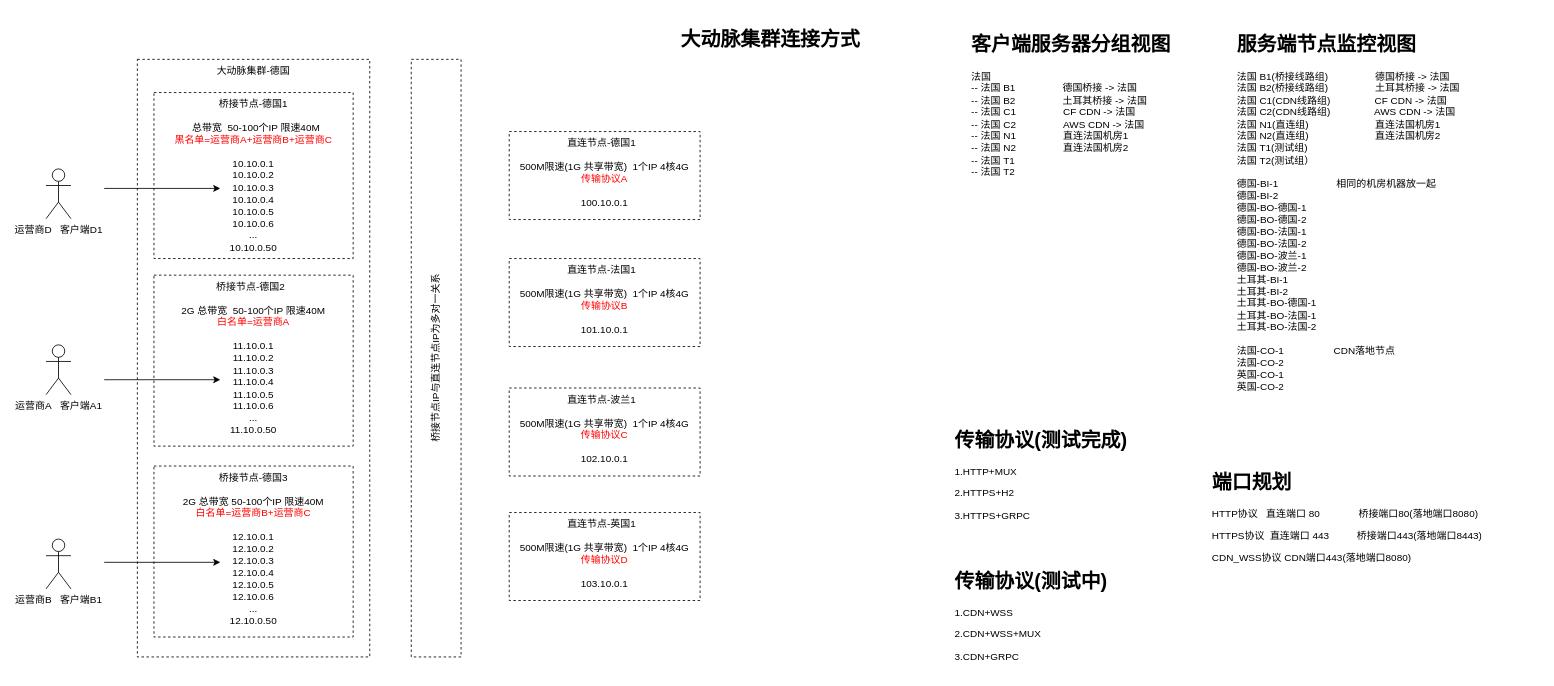
Above: JUMPJUMP规划.drawio in stardicky/drawio (draw.io), before the change. Source tidied: cells renumbered, new cells numbered last; positions are measured from the earlier drawing's top-left corner, leaving out a move shared by most shapes. Both pictures are drawn from the tidied source at 83%, with x=0, y=0 at pixel (46, 22).
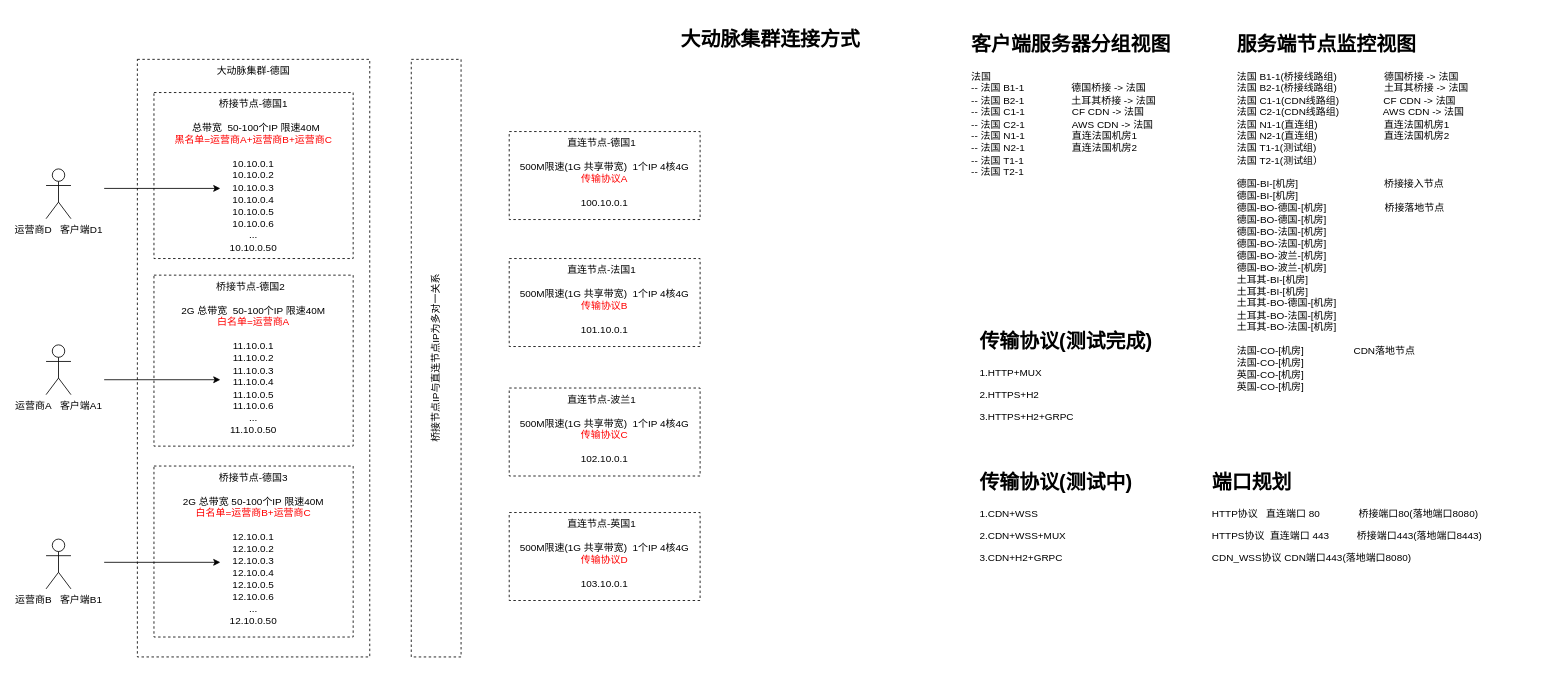
The same page after the edit.

What changed in the source:
```diff
@@
-    <mxCell id="17" value="&lt;h1&gt;传输协议(测试完成)&lt;/h1&gt;&lt;p&gt;1.HTTP+MUX&lt;/p&gt;&lt;p&gt;2.HTTPS+H2&lt;/p&gt;&lt;p&gt;3.HTTPS+GRPC&lt;/p&gt;" style="text;html=1;strokeColor=none;fillColor=none;spacing=5;spacingTop=-20;whiteSpace=wrap;overflow=hidden;rounded=0;" parent="1" vertex="1">
-      <mxGeometry x="1090" y="483" width="230" height="130" as="geometry" />
+    <mxCell id="17" value="&lt;h1&gt;传输协议(测试完成)&lt;/h1&gt;&lt;p&gt;1.HTTP+MUX&lt;/p&gt;&lt;p&gt;2.HTTPS+H2&lt;/p&gt;&lt;p&gt;3.HTTPS+H2+GRPC&lt;/p&gt;" style="text;html=1;strokeColor=none;fillColor=none;spacing=5;spacingTop=-20;whiteSpace=wrap;overflow=hidden;rounded=0;" parent="1" vertex="1">
+      <mxGeometry x="1120" y="364" width="230" height="130" as="geometry" />
     </mxCell>
-    <mxCell id="18" value="&lt;h1&gt;传输协议(测试中)&lt;/h1&gt;&lt;p&gt;1.CDN+WSS&lt;/p&gt;&lt;p&gt;2.CDN+WSS+MUX&lt;br&gt;&lt;/p&gt;&lt;p&gt;3.CDN+GRPC&lt;/p&gt;" style="text;html=1;strokeColor=none;fillColor=none;spacing=5;spacingTop=-20;whiteSpace=wrap;overflow=hidden;rounded=0;" parent="1" vertex="1">
-      <mxGeometry x="1090" y="653" width="220" height="130" as="geometry" />
+    <mxCell id="18" value="&lt;h1&gt;传输协议(测试中)&lt;/h1&gt;&lt;p&gt;1.CDN+WSS&lt;/p&gt;&lt;p&gt;2.CDN+WSS+MUX&lt;br&gt;&lt;/p&gt;&lt;p&gt;3.CDN+H2+GRPC&lt;/p&gt;" style="text;html=1;strokeColor=none;fillColor=none;spacing=5;spacingTop=-20;whiteSpace=wrap;overflow=hidden;rounded=0;" parent="1" vertex="1">
+      <mxGeometry x="1120" y="534" width="220" height="130" as="geometry" />
     </mxCell>
@@
-    <mxCell id="20" value="&lt;h1&gt;客户端服务器分组视图&lt;/h1&gt;&lt;div&gt;法国&lt;/div&gt;&lt;div&gt;-- 法国 B1&amp;nbsp;&lt;span style=&quot;&quot;&gt;&lt;span style=&quot;&quot;&gt;&amp;nbsp;&amp;nbsp;&amp;nbsp;&amp;nbsp;&lt;/span&gt;&lt;/span&gt;&lt;span style=&quot;&quot;&gt;&lt;span style=&quot;&quot;&gt;&amp;nbsp;&amp;nbsp;&amp;nbsp;&amp;nbsp;&lt;/span&gt;&lt;/span&gt;&lt;span style=&quot;&quot;&gt;&lt;span style=&quot;&quot;&gt;&amp;nbsp;&amp;nbsp;&amp;nbsp;&amp;nbsp;&lt;/span&gt;&lt;/span&gt;&lt;span style=&quot;&quot;&gt;&lt;span style=&quot;&quot;&gt;&amp;nbsp;&amp;nbsp;&amp;nbsp;&amp;nbsp;&lt;/span&gt;&lt;/span&gt;德国桥接 -&amp;gt; 法国&lt;span style=&quot;&quot;&gt;&lt;span style=&quot;&quot;&gt;&amp;nbsp;&amp;nbsp;&amp;nbsp;&amp;nbsp;&lt;/span&gt;&lt;/span&gt;&lt;span style=&quot;&quot;&gt;&lt;span style=&quot;&quot;&gt;&amp;nbsp; &amp;nbsp; &amp;nbsp; &amp;nbsp;&amp;nbsp;&lt;/span&gt;&lt;/span&gt;&lt;/div&gt;&lt;div&gt;-- 法国 B2&amp;nbsp;&lt;span style=&quot;&quot;&gt;&amp;nbsp;&amp;nbsp;&amp;nbsp;&amp;nbsp;&lt;/span&gt;&lt;span style=&quot;border-color: var(--border-color);&quot;&gt;&lt;span style=&quot;&quot;&gt;&amp;nbsp;&amp;nbsp;&amp;nbsp;&amp;nbsp;&lt;/span&gt;&lt;/span&gt;&lt;span style=&quot;border-color: var(--border-color);&quot;&gt;&lt;span style=&quot;&quot;&gt;&amp;nbsp;&amp;nbsp;&amp;nbsp;&amp;nbsp;&lt;/span&gt;&lt;/span&gt;&lt;span style=&quot;border-color: var(--border-color);&quot;&gt;&lt;span style=&quot;&quot;&gt;&amp;nbsp;&amp;nbsp;&amp;nbsp;&amp;nbsp;土耳其&lt;/span&gt;&lt;/span&gt;桥接 -&amp;gt; 法国&lt;br&gt;&lt;/div&gt;&lt;div&gt;-- 法国 C1&amp;nbsp; &amp;nbsp; &amp;nbsp; &amp;nbsp; &amp;nbsp; &amp;nbsp; &amp;nbsp; &amp;nbsp; &amp;nbsp;CF CDN -&amp;gt; 法国&lt;/div&gt;&lt;div&gt;-- 法国 C2&amp;nbsp; &amp;nbsp; &amp;nbsp; &amp;nbsp; &amp;nbsp; &amp;nbsp; &amp;nbsp; &amp;nbsp; &amp;nbsp;AWS CDN -&amp;gt; 法国&lt;br&gt;&lt;/div&gt;&lt;div&gt;-- 法国 N1&amp;nbsp; &amp;nbsp; &amp;nbsp; &amp;nbsp; &amp;nbsp; &amp;nbsp; &amp;nbsp; &amp;nbsp; &amp;nbsp;直连法国机房1&lt;/div&gt;&lt;div&gt;&lt;span style=&quot;background-color: initial;&quot;&gt;-- 法国 N2&amp;nbsp; &amp;nbsp; &amp;nbsp; &amp;nbsp; &amp;nbsp; &amp;nbsp; &amp;nbsp; &amp;nbsp; &amp;nbsp;直连法国机房2&lt;/span&gt;&lt;/div&gt;&lt;div&gt;&lt;span style=&quot;background-color: initial;&quot;&gt;-- 法国 T1&amp;nbsp; &amp;nbsp; &amp;nbsp; &amp;nbsp; &amp;nbsp;&amp;nbsp;&lt;/span&gt;&lt;/div&gt;&lt;div&gt;-- 法国 T2&amp;nbsp; &amp;nbsp; &amp;nbsp; &amp;nbsp; &amp;nbsp;&amp;nbsp;&lt;span style=&quot;background-color: initial;&quot;&gt;&lt;br&gt;&lt;/span&gt;&lt;/div&gt;" style="text;html=1;strokeColor=none;fillColor=none;spacing=5;spacingTop=-20;whiteSpace=wrap;overflow=hidden;rounded=0;" parent="1" vertex="1">
+    <mxCell id="20" value="&lt;h1&gt;客户端服务器分组视图&lt;/h1&gt;&lt;div&gt;法国&lt;/div&gt;&lt;div&gt;-- 法国 B1-1&amp;nbsp;&lt;span style=&quot;&quot;&gt;&lt;span style=&quot;&quot;&gt;&amp;nbsp;&amp;nbsp;&amp;nbsp;&amp;nbsp;&lt;/span&gt;&lt;/span&gt;&lt;span style=&quot;&quot;&gt;&lt;span style=&quot;&quot;&gt;&amp;nbsp;&amp;nbsp;&amp;nbsp;&amp;nbsp;&lt;/span&gt;&lt;/span&gt;&lt;span style=&quot;&quot;&gt;&lt;span style=&quot;&quot;&gt;&amp;nbsp;&amp;nbsp;&amp;nbsp;&amp;nbsp;&lt;/span&gt;&lt;/span&gt;&lt;span style=&quot;&quot;&gt;&lt;span style=&quot;&quot;&gt;&amp;nbsp;&amp;nbsp;&amp;nbsp;&amp;nbsp;&lt;/span&gt;&lt;/span&gt;德国桥接 -&amp;gt; 法国&lt;span style=&quot;&quot;&gt;&lt;span style=&quot;&quot;&gt;&amp;nbsp;&amp;nbsp;&amp;nbsp;&amp;nbsp;&lt;/span&gt;&lt;/span&gt;&lt;span style=&quot;&quot;&gt;&lt;span style=&quot;&quot;&gt;&amp;nbsp; &amp;nbsp; &amp;nbsp; &amp;nbsp;&amp;nbsp;&lt;/span&gt;&lt;/span&gt;&lt;/div&gt;&lt;div&gt;-- 法国 B2-1&amp;nbsp;&lt;span style=&quot;&quot;&gt;&amp;nbsp;&amp;nbsp;&amp;nbsp;&amp;nbsp;&lt;/span&gt;&lt;span style=&quot;border-color: var(--border-color);&quot;&gt;&lt;span style=&quot;&quot;&gt;&amp;nbsp;&amp;nbsp;&amp;nbsp;&amp;nbsp;&lt;/span&gt;&lt;/span&gt;&lt;span style=&quot;border-color: var(--border-color);&quot;&gt;&lt;span style=&quot;&quot;&gt;&amp;nbsp;&amp;nbsp;&amp;nbsp;&amp;nbsp;&lt;/span&gt;&lt;/span&gt;&lt;span style=&quot;border-color: var(--border-color);&quot;&gt;&lt;span style=&quot;&quot;&gt;&amp;nbsp;&amp;nbsp;&amp;nbsp;&amp;nbsp;土耳其&lt;/span&gt;&lt;/span&gt;桥接 -&amp;gt; 法国&lt;br&gt;&lt;/div&gt;&lt;div&gt;-- 法国 C1-1&amp;nbsp; &amp;nbsp; &amp;nbsp; &amp;nbsp; &amp;nbsp; &amp;nbsp; &amp;nbsp; &amp;nbsp; &amp;nbsp;CF CDN -&amp;gt; 法国&lt;/div&gt;&lt;div&gt;-- 法国 C2-1&amp;nbsp; &amp;nbsp; &amp;nbsp; &amp;nbsp; &amp;nbsp; &amp;nbsp; &amp;nbsp; &amp;nbsp; &amp;nbsp;AWS CDN -&amp;gt; 法国&lt;br&gt;&lt;/div&gt;&lt;div&gt;-- 法国 N1-1&amp;nbsp; &amp;nbsp; &amp;nbsp; &amp;nbsp; &amp;nbsp; &amp;nbsp; &amp;nbsp; &amp;nbsp; &amp;nbsp;直连法国机房1&lt;/div&gt;&lt;div&gt;&lt;span style=&quot;background-color: initial;&quot;&gt;-- 法国 N2-1&amp;nbsp; &amp;nbsp; &amp;nbsp; &amp;nbsp; &amp;nbsp; &amp;nbsp; &amp;nbsp; &amp;nbsp; &amp;nbsp;直连法国机房2&lt;/span&gt;&lt;/div&gt;&lt;div&gt;&lt;span style=&quot;background-color: initial;&quot;&gt;-- 法国 T1-1&amp;nbsp; &amp;nbsp; &amp;nbsp; &amp;nbsp; &amp;nbsp;&amp;nbsp;&lt;/span&gt;&lt;/div&gt;&lt;div&gt;-- 法国 T2-1&amp;nbsp; &amp;nbsp; &amp;nbsp; &amp;nbsp; &amp;nbsp;&amp;nbsp;&lt;span style=&quot;background-color: initial;&quot;&gt;&lt;br&gt;&lt;/span&gt;&lt;/div&gt;" style="text;html=1;strokeColor=none;fillColor=none;spacing=5;spacingTop=-20;whiteSpace=wrap;overflow=hidden;rounded=0;" parent="1" vertex="1">
       <mxGeometry x="1110" y="7" width="290" height="193" as="geometry" />
     </mxCell>
-    <mxCell id="21" value="&lt;h1&gt;服务端节点监控视图&lt;/h1&gt;&lt;div&gt;法国 B1(桥接线路组)&amp;nbsp;&lt;span style=&quot;&quot;&gt;&lt;span style=&quot;&quot;&gt;&amp;nbsp;&amp;nbsp;&amp;nbsp;&amp;nbsp;&lt;/span&gt;&lt;/span&gt;&lt;span style=&quot;&quot;&gt;&lt;span style=&quot;&quot;&gt;&amp;nbsp;&amp;nbsp;&amp;nbsp;&amp;nbsp;&lt;/span&gt;&lt;/span&gt;&lt;span style=&quot;&quot;&gt;&lt;span style=&quot;&quot;&gt;&amp;nbsp;&amp;nbsp;&amp;nbsp;&amp;nbsp;&lt;/span&gt;&lt;/span&gt;&lt;span style=&quot;&quot;&gt;&lt;span style=&quot;&quot;&gt;&amp;nbsp;&amp;nbsp;&amp;nbsp;&amp;nbsp;&lt;/span&gt;&lt;/span&gt;德国桥接 -&amp;gt; 法国&lt;span style=&quot;&quot;&gt;&lt;span style=&quot;&quot;&gt;&amp;nbsp;&amp;nbsp;&amp;nbsp;&amp;nbsp;&lt;/span&gt;&lt;/span&gt;&lt;span style=&quot;&quot;&gt;&lt;span style=&quot;&quot;&gt;&amp;nbsp; &amp;nbsp; &amp;nbsp; &amp;nbsp;&amp;nbsp;&lt;/span&gt;&lt;/span&gt;&lt;/div&gt;&lt;div&gt;法国 B2(桥接线路组)&amp;nbsp; &amp;nbsp; &amp;nbsp; &amp;nbsp; &amp;nbsp; &amp;nbsp; &amp;nbsp; &amp;nbsp; &amp;nbsp;&lt;span style=&quot;background-color: initial; border-color: var(--border-color);&quot;&gt;土耳其&lt;/span&gt;&lt;span style=&quot;background-color: initial;&quot;&gt;桥接 -&amp;gt; 法国&lt;/span&gt;&lt;/div&gt;&lt;div&gt;法国 C1(CDN线路组)&amp;nbsp; &amp;nbsp; &amp;nbsp; &amp;nbsp; &amp;nbsp; &amp;nbsp; &amp;nbsp; &amp;nbsp; CF CDN -&amp;gt; 法国&lt;/div&gt;&lt;div&gt;法国 C2(CDN线路组)&amp;nbsp; &amp;nbsp; &amp;nbsp; &amp;nbsp; &amp;nbsp; &amp;nbsp; &amp;nbsp; &amp;nbsp; AWS CDN -&amp;gt; 法国&lt;br&gt;&lt;/div&gt;&lt;div&gt;法国 N1(直连组)&amp;nbsp; &amp;nbsp; &amp;nbsp; &amp;nbsp; &amp;nbsp; &amp;nbsp; &amp;nbsp; &amp;nbsp; &amp;nbsp; &amp;nbsp; &amp;nbsp; &amp;nbsp; 直连法国机房1&lt;/div&gt;&lt;div&gt;法国 N2(直连组)&lt;span style=&quot;background-color: initial;&quot;&gt;&amp;nbsp; &amp;nbsp; &amp;nbsp; &amp;nbsp; &amp;nbsp; &amp;nbsp; &amp;nbsp; &amp;nbsp; &amp;nbsp; &amp;nbsp; &amp;nbsp; &amp;nbsp; 直连法国机房2&lt;/span&gt;&lt;/div&gt;&lt;div&gt;法国 T1(测试组)&lt;span style=&quot;background-color: initial;&quot;&gt;&amp;nbsp; &amp;nbsp; &amp;nbsp;&lt;/span&gt;&lt;/div&gt;&lt;div&gt;法国 T2(测试组）&amp;nbsp; &amp;nbsp; &amp;nbsp; &amp;nbsp; &amp;nbsp;&amp;nbsp;&lt;span style=&quot;background-color: initial;&quot;&gt;&lt;br&gt;&lt;/span&gt;&lt;/div&gt;&lt;div&gt;&lt;br&gt;&lt;/div&gt;&lt;div&gt;德国-BI-1&lt;span style=&quot;&quot;&gt;&lt;span style=&quot;&quot;&gt;&amp;nbsp;&amp;nbsp;&amp;nbsp;&amp;nbsp;&lt;/span&gt;&lt;/span&gt;&lt;span style=&quot;&quot;&gt;&lt;span style=&quot;&quot;&gt;&amp;nbsp;&amp;nbsp;&amp;nbsp;&amp;nbsp;&lt;/span&gt;&lt;/span&gt;&lt;span style=&quot;&quot;&gt;&lt;span style=&quot;&quot;&gt;&amp;nbsp;&amp;nbsp;&amp;nbsp;&amp;nbsp;&lt;/span&gt;&lt;/span&gt;&lt;span style=&quot;&quot;&gt;&lt;span style=&quot;&quot;&gt;&amp;nbsp;&amp;nbsp;&amp;nbsp;&amp;nbsp;&lt;/span&gt;&lt;/span&gt;&lt;span style=&quot;&quot;&gt;&lt;span style=&quot;&quot;&gt;&amp;nbsp;&amp;nbsp;&amp;nbsp;&amp;nbsp;                &lt;/span&gt;&lt;/span&gt;相同的机房机器放一起&lt;/div&gt;&lt;div&gt;德国-BI-2&lt;br&gt;&lt;/div&gt;&lt;div&gt;德国-BO-德国-1&lt;/div&gt;&lt;div&gt;德国-BO-德国-2&lt;br&gt;&lt;/div&gt;&lt;div&gt;&lt;span style=&quot;background-color: initial;&quot;&gt;德国-BO-法国-1&lt;/span&gt;&lt;/div&gt;&lt;div&gt;&lt;span style=&quot;background-color: initial;&quot;&gt;德国-BO-法国-2&lt;/span&gt;&lt;/div&gt;&lt;div&gt;德国-BO-波兰-1&lt;span style=&quot;background-color: initial;&quot;&gt;&lt;br&gt;&lt;/span&gt;&lt;/div&gt;&lt;div&gt;德国-BO-波兰-2&lt;br&gt;&lt;/div&gt;&lt;div&gt;土耳其-BI-1&lt;span style=&quot;background-color: initial;&quot;&gt;&lt;br&gt;&lt;/span&gt;&lt;/div&gt;&lt;div&gt;土耳其-BI-2&lt;br&gt;&lt;/div&gt;&lt;div&gt;土耳其-BO-德国-1&lt;/div&gt;&lt;div&gt;&lt;span style=&quot;background-color: initial;&quot;&gt;土耳其-BO-法国-1&lt;/span&gt;&lt;/div&gt;&lt;div&gt;&lt;span style=&quot;background-color: initial;&quot;&gt;土耳其-BO-法国-2&lt;/span&gt;&lt;/div&gt;&lt;div&gt;&lt;br&gt;&lt;/div&gt;&lt;div&gt;法国-CO-1&amp;nbsp; &amp;nbsp; &amp;nbsp; &amp;nbsp; &amp;nbsp; &amp;nbsp; &amp;nbsp; &amp;nbsp; &amp;nbsp; CDN落地节点&lt;br&gt;&lt;/div&gt;&lt;div&gt;法国-CO-2&lt;br&gt;&lt;/div&gt;&lt;div&gt;英国-CO-1&lt;/div&gt;&lt;div&gt;&lt;span style=&quot;background-color: initial;&quot;&gt;英国-CO-2&lt;/span&gt;&lt;/div&gt;" style="text;html=1;strokeColor=none;fillColor=none;spacing=5;spacingTop=-20;whiteSpace=wrap;overflow=hidden;rounded=0;" parent="1" vertex="1">
+    <mxCell id="21" value="&lt;h1&gt;服务端节点监控视图&lt;/h1&gt;&lt;div&gt;法国 B1-1(桥接线路组)&amp;nbsp;&lt;span style=&quot;&quot;&gt;&lt;span style=&quot;&quot;&gt;&amp;nbsp;&amp;nbsp;&amp;nbsp;&amp;nbsp;&lt;/span&gt;&lt;/span&gt;&lt;span style=&quot;&quot;&gt;&lt;span style=&quot;&quot;&gt;&amp;nbsp;&amp;nbsp;&amp;nbsp;&amp;nbsp;&lt;/span&gt;&lt;/span&gt;&lt;span style=&quot;&quot;&gt;&lt;span style=&quot;&quot;&gt;&amp;nbsp;&amp;nbsp;&amp;nbsp;&amp;nbsp;&lt;/span&gt;&lt;/span&gt;&lt;span style=&quot;&quot;&gt;&lt;span style=&quot;&quot;&gt;&amp;nbsp;&amp;nbsp;&amp;nbsp;&amp;nbsp;&lt;/span&gt;&lt;/span&gt;德国桥接 -&amp;gt; 法国&lt;span style=&quot;&quot;&gt;&lt;span style=&quot;&quot;&gt;&amp;nbsp;&amp;nbsp;&amp;nbsp;&amp;nbsp;&lt;/span&gt;&lt;/span&gt;&lt;span style=&quot;&quot;&gt;&lt;span style=&quot;&quot;&gt;&amp;nbsp; &amp;nbsp; &amp;nbsp; &amp;nbsp;&amp;nbsp;&lt;/span&gt;&lt;/span&gt;&lt;/div&gt;&lt;div&gt;法国 B2-1(桥接线路组)&amp;nbsp; &amp;nbsp; &amp;nbsp; &amp;nbsp; &amp;nbsp; &amp;nbsp; &amp;nbsp; &amp;nbsp; &amp;nbsp;&lt;span style=&quot;background-color: initial; border-color: var(--border-color);&quot;&gt;土耳其&lt;/span&gt;&lt;span style=&quot;background-color: initial;&quot;&gt;桥接 -&amp;gt; 法国&lt;/span&gt;&lt;/div&gt;&lt;div&gt;法国 C1-1(CDN线路组)&amp;nbsp; &amp;nbsp; &amp;nbsp; &amp;nbsp; &amp;nbsp; &amp;nbsp; &amp;nbsp; &amp;nbsp; CF CDN -&amp;gt; 法国&lt;/div&gt;&lt;div&gt;法国 C2-1(CDN线路组)&amp;nbsp; &amp;nbsp; &amp;nbsp; &amp;nbsp; &amp;nbsp; &amp;nbsp; &amp;nbsp; &amp;nbsp; AWS CDN -&amp;gt; 法国&lt;br&gt;&lt;/div&gt;&lt;div&gt;法国 N1-1(直连组)&amp;nbsp; &amp;nbsp; &amp;nbsp; &amp;nbsp; &amp;nbsp; &amp;nbsp; &amp;nbsp; &amp;nbsp; &amp;nbsp; &amp;nbsp; &amp;nbsp; &amp;nbsp; 直连法国机房1&lt;/div&gt;&lt;div&gt;法国 N2-1(直连组)&lt;span style=&quot;background-color: initial;&quot;&gt;&amp;nbsp; &amp;nbsp; &amp;nbsp; &amp;nbsp; &amp;nbsp; &amp;nbsp; &amp;nbsp; &amp;nbsp; &amp;nbsp; &amp;nbsp; &amp;nbsp; &amp;nbsp; 直连法国机房2&lt;/span&gt;&lt;/div&gt;&lt;div&gt;法国 T1-1(测试组)&lt;span style=&quot;background-color: initial;&quot;&gt;&amp;nbsp; &amp;nbsp; &amp;nbsp;&lt;/span&gt;&lt;/div&gt;&lt;div&gt;法国 T2-1(测试组）&amp;nbsp; &amp;nbsp; &amp;nbsp; &amp;nbsp; &amp;nbsp;&amp;nbsp;&lt;span style=&quot;background-color: initial;&quot;&gt;&lt;br&gt;&lt;/span&gt;&lt;/div&gt;&lt;div&gt;&lt;br&gt;&lt;/div&gt;&lt;div&gt;德国-BI-[机房]&lt;span style=&quot;&quot;&gt;&lt;span style=&quot;white-space: pre;&quot;&gt;&amp;nbsp;&amp;nbsp;&amp;nbsp;&amp;nbsp;&lt;/span&gt;&lt;/span&gt;&lt;span style=&quot;&quot;&gt;&lt;span style=&quot;white-space: pre;&quot;&gt;&amp;nbsp;&amp;nbsp;&amp;nbsp;&amp;nbsp;&lt;/span&gt;&lt;/span&gt;&lt;span style=&quot;&quot;&gt;&lt;span style=&quot;white-space: pre;&quot;&gt;&amp;nbsp;&amp;nbsp;&amp;nbsp;&amp;nbsp;&lt;/span&gt;&lt;/span&gt;&lt;span style=&quot;&quot;&gt;&lt;span style=&quot;white-space: pre;&quot;&gt;&amp;nbsp;&amp;nbsp;&amp;nbsp;&amp;nbsp;               &lt;/span&gt;&lt;/span&gt;桥接接入节点&lt;/div&gt;&lt;div&gt;德国-BI-[机房]&lt;span style=&quot;&quot;&gt;&lt;span style=&quot;white-space: pre;&quot;&gt;&amp;nbsp;&amp;nbsp;&amp;nbsp;&amp;nbsp;&lt;/span&gt;&lt;/span&gt;&lt;span style=&quot;&quot;&gt;&lt;span style=&quot;white-space: pre;&quot;&gt;&amp;nbsp;&amp;nbsp;&amp;nbsp;&amp;nbsp;&lt;/span&gt;&lt;/span&gt;&lt;span style=&quot;&quot;&gt;&lt;span style=&quot;white-space: pre;&quot;&gt;&amp;nbsp;&amp;nbsp;&amp;nbsp;&amp;nbsp;&lt;/span&gt;&lt;/span&gt;&lt;span style=&quot;&quot;&gt;&lt;span style=&quot;white-space: pre;&quot;&gt;&amp;nbsp;&amp;nbsp;&amp;nbsp;&amp;nbsp;&lt;/span&gt;&lt;/span&gt;&lt;br&gt;&lt;/div&gt;&lt;div&gt;德国-BO-德国-[机房]&amp;nbsp; &amp;nbsp; &amp;nbsp; &amp;nbsp; &amp;nbsp; &amp;nbsp; &amp;nbsp; &amp;nbsp; &amp;nbsp; &amp;nbsp; &amp;nbsp;桥接落地节点&lt;/div&gt;&lt;div&gt;德国-BO-德国-[机房]&lt;br&gt;&lt;/div&gt;&lt;div&gt;&lt;span style=&quot;background-color: initial;&quot;&gt;德国-BO-法国-[机房]&lt;/span&gt;&lt;/div&gt;&lt;div&gt;&lt;span style=&quot;background-color: initial;&quot;&gt;德国-BO-法国-[机房]&lt;/span&gt;&lt;/div&gt;&lt;div&gt;德国-BO-波兰-[机房]&lt;span style=&quot;background-color: initial;&quot;&gt;&lt;br&gt;&lt;/span&gt;&lt;/div&gt;&lt;div&gt;德国-BO-波兰-[机房]&lt;br&gt;&lt;/div&gt;&lt;div&gt;土耳其-BI-[机房]&lt;span style=&quot;background-color: initial;&quot;&gt;&lt;br&gt;&lt;/span&gt;&lt;/div&gt;&lt;div&gt;土耳其-BI-[机房]&lt;br&gt;&lt;/div&gt;&lt;div&gt;土耳其-BO-德国-[机房]&lt;/div&gt;&lt;div&gt;&lt;span style=&quot;background-color: initial;&quot;&gt;土耳其-BO-法国-[机房]&lt;/span&gt;&lt;/div&gt;&lt;div&gt;&lt;span style=&quot;background-color: initial;&quot;&gt;土耳其-BO-法国-[机房]&lt;/span&gt;&lt;/div&gt;&lt;div&gt;&lt;br&gt;&lt;/div&gt;&lt;div&gt;法国-CO-[机房]&amp;nbsp; &amp;nbsp; &amp;nbsp; &amp;nbsp; &amp;nbsp; &amp;nbsp; &amp;nbsp; &amp;nbsp; &amp;nbsp; CDN落地节点&lt;br&gt;&lt;/div&gt;&lt;div&gt;法国-CO-[机房]&lt;/div&gt;&lt;div&gt;&lt;span style=&quot;background-color: initial;&quot;&gt;英国-CO-[机房]&lt;/span&gt;&lt;/div&gt;&lt;div&gt;&lt;span style=&quot;background-color: initial;&quot;&gt;英国-CO-[机房]&lt;/span&gt;&lt;/div&gt;" style="text;html=1;strokeColor=none;fillColor=none;spacing=5;spacingTop=-20;whiteSpace=wrap;overflow=hidden;rounded=0;" parent="1" vertex="1">
       <mxGeometry x="1430" y="7" width="370" height="453" as="geometry" />
     </mxCell>
```
